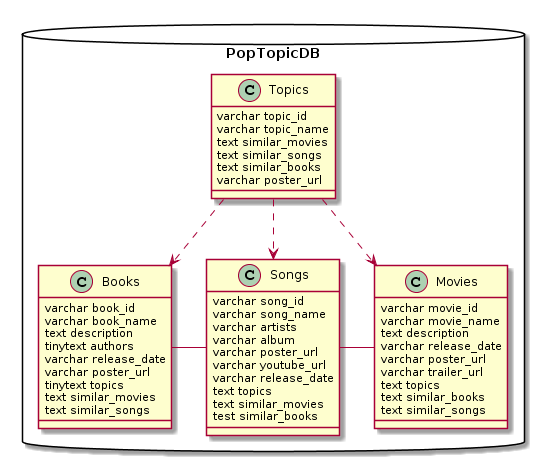
Earlier version of the PlantUML export assets/UML Diagram.png (Daniel9650/IDB).
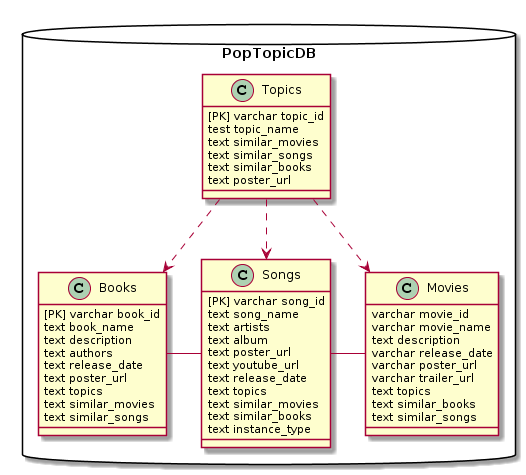
The same diagram one commit later.

Commit message:
Updated UML Diagram

Diff of the diagram source:
```diff
@@ -20,37 +20,38 @@
 	}
 
 	class Books {
-	   varchar book_id
-	   varchar book_name
+	   [PK] varchar book_id
+	   text book_name
 	   text description
-	   tinytext authors
-	   varchar release_date
-	   varchar poster_url
-	   tinytext topics
+	   text authors
+	   text release_date
+	   text poster_url
+	   text topics
 	   text similar_movies
 	   text similar_songs
 	}
 
 	class Songs {
-	   varchar song_id
-	   varchar song_name
-	   varchar artists
-	   varchar album
-	   varchar poster_url
-	   varchar youtube_url
-	   varchar release_date
+	   [PK] varchar song_id
+	   text song_name
+	   text artists
+	   text album
+	   text poster_url
+	   text youtube_url
+	   text release_date
 	   text topics
 	   text similar_movies
-	   test similar_books
+	   text similar_books
+           text instance_type
 	}
 
 	class Topics {
-	   varchar topic_id
-	   varchar topic_name
+	   [PK] varchar topic_id
+	   test topic_name
 	   text similar_movies
 	   text similar_songs
 	   text similar_books
-	   varchar poster_url
+	   text poster_url
 	}
 }
 @enduml
```
